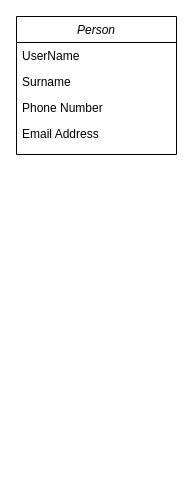
This is Диаграмма без названия.drawio from ovenmen/diargams, a draw.io file, before an edit. Source tidied: cells renumbered, new cells numbered last; positions are measured from the earlier drawing's top-left corner, leaving out a move shared by most shapes. Both pictures are drawn from the tidied source at 100%, with x=0, y=0 at pixel (16, 16).
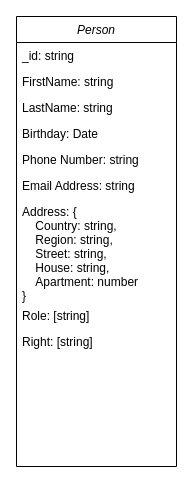
The same diagram, later.

Change to the diagram source:
```diff
@@
 <mxGraphModel>
   <root>
     <mxCell id="0" />
     <mxCell id="1" parent="0" />
     <mxCell id="2" value="Person" style="swimlane;fontStyle=2;align=center;verticalAlign=top;horizontal=1;startSize=26;rounded=0;shadow=0;strokeWidth=1;" parent="1" vertex="1">
-      <mxGeometry width="160" height="138" as="geometry" />
+      <mxGeometry width="160" height="450" as="geometry" />
     </mxCell>
+    <mxCell id="7" value="_id: string" style="text;align=left;verticalAlign=top;spacingLeft=4;spacingRight=4;overflow=hidden;" parent="2" vertex="1">
+      <mxGeometry y="26" width="160" height="26" as="geometry" />
+    </mxCell>
-    <mxCell id="3" value="UserName" style="text;align=left;verticalAlign=top;spacingLeft=4;spacingRight=4;overflow=hidden;" parent="2" vertex="1">
-      <mxGeometry y="26" width="160" height="26" as="geometry" />
+    <mxCell id="3" value="FirstName: string" style="text;align=left;verticalAlign=top;spacingLeft=4;spacingRight=4;overflow=hidden;" parent="2" vertex="1">
+      <mxGeometry y="52" width="160" height="26" as="geometry" />
     </mxCell>
-    <mxCell id="4" value="Surname" style="text;align=left;verticalAlign=top;spacingLeft=4;spacingRight=4;overflow=hidden;" parent="2" vertex="1">
-      <mxGeometry y="52" width="160" height="26" as="geometry" />
+    <mxCell id="4" value="LastName: string" style="text;align=left;verticalAlign=top;spacingLeft=4;spacingRight=4;overflow=hidden;" parent="2" vertex="1">
+      <mxGeometry y="78" width="160" height="26" as="geometry" />
     </mxCell>
+    <mxCell id="8" value="Birthday: Date" style="text;align=left;verticalAlign=top;spacingLeft=4;spacingRight=4;overflow=hidden;" parent="2" vertex="1">
+      <mxGeometry y="104" width="160" height="26" as="geometry" />
+    </mxCell>
-    <mxCell id="5" value="Phone Number" style="text;align=left;verticalAlign=top;spacingLeft=4;spacingRight=4;overflow=hidden;rounded=0;shadow=0;html=0;" parent="2" vertex="1">
-      <mxGeometry y="78" width="160" height="26" as="geometry" />
+    <mxCell id="5" value="Phone Number: string" style="text;align=left;verticalAlign=top;spacingLeft=4;spacingRight=4;overflow=hidden;rounded=0;shadow=0;html=0;" parent="2" vertex="1">
+      <mxGeometry y="130" width="160" height="26" as="geometry" />
     </mxCell>
-    <mxCell id="6" value="Email Address" style="text;align=left;verticalAlign=top;spacingLeft=4;spacingRight=4;overflow=hidden;rounded=0;shadow=0;html=0;" parent="2" vertex="1">
-      <mxGeometry y="104" width="160" height="26" as="geometry" />
+    <mxCell id="6" value="Email Address: string" style="text;align=left;verticalAlign=top;spacingLeft=4;spacingRight=4;overflow=hidden;rounded=0;shadow=0;html=0;" parent="2" vertex="1">
+      <mxGeometry y="156" width="160" height="26" as="geometry" />
     </mxCell>
+    <mxCell id="9" value="Address: {&#10;    Country: string,&#10;    Region: string,&#10;    Street: string,&#10;    House: string,&#10;    Apartment: number&#10;}" style="text;align=left;verticalAlign=top;spacingLeft=4;spacingRight=4;overflow=hidden;rounded=0;shadow=0;html=0;" parent="2" vertex="1">
+      <mxGeometry y="182" width="160" height="104" as="geometry" />
+    </mxCell>
+    <mxCell id="10" value="Role: [string]" style="text;align=left;verticalAlign=top;spacingLeft=4;spacingRight=4;overflow=hidden;" parent="2" vertex="1">
+      <mxGeometry y="286" width="160" height="26" as="geometry" />
+    </mxCell>
+    <mxCell id="11" value="Right: [string]" style="text;align=left;verticalAlign=top;spacingLeft=4;spacingRight=4;overflow=hidden;" parent="2" vertex="1">
+      <mxGeometry y="312" width="160" height="26" as="geometry" />
+    </mxCell>
   </root>
 </mxGraphModel>
```
